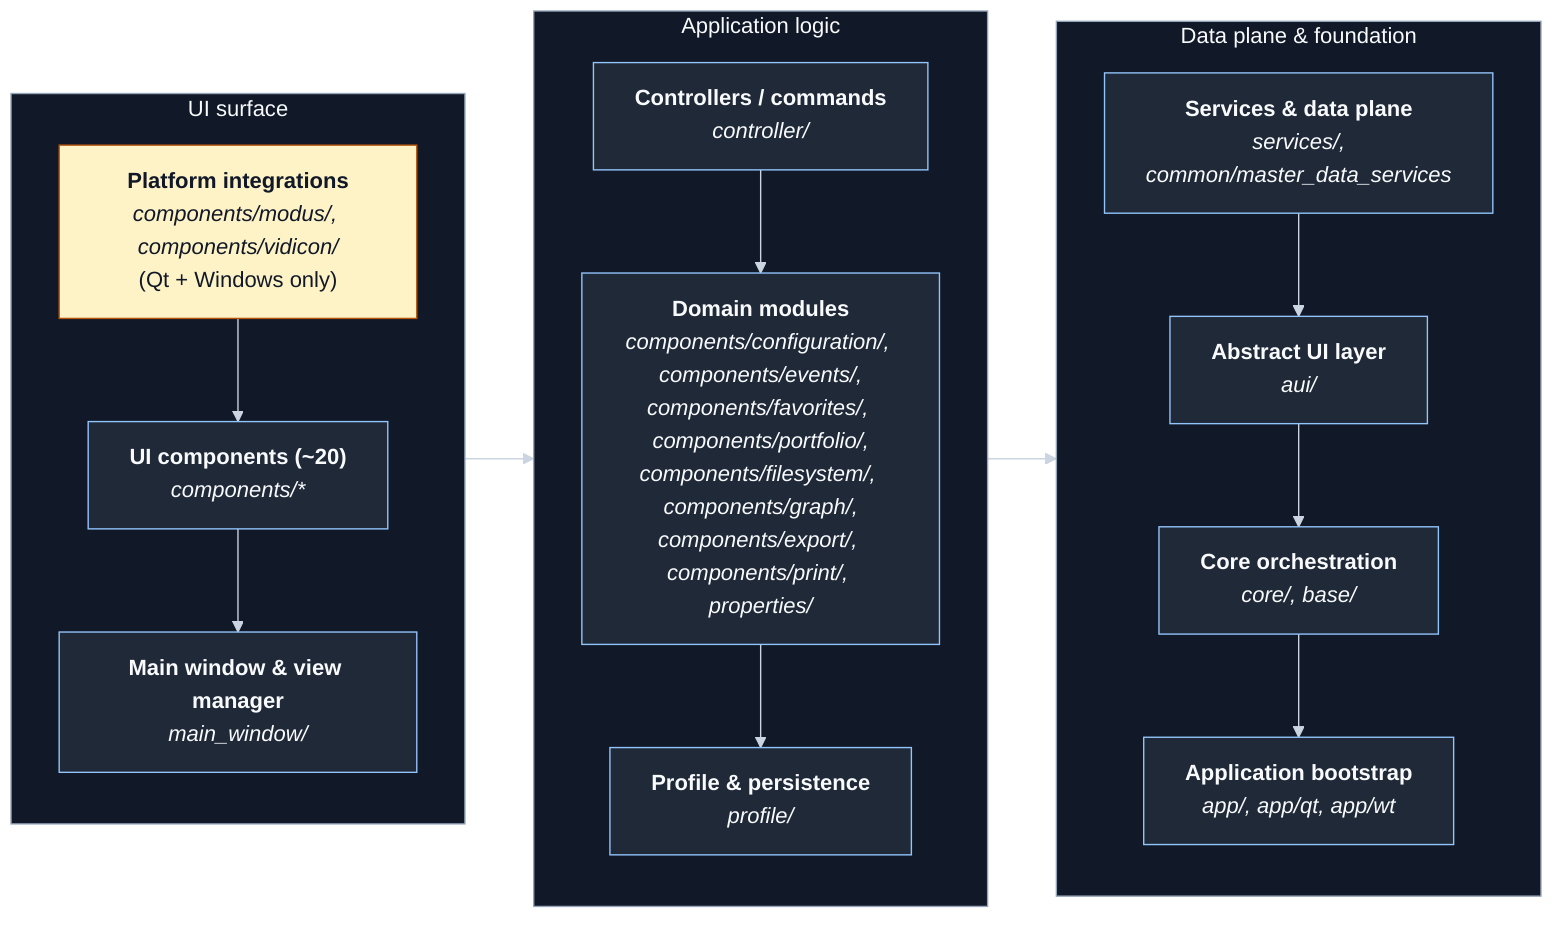
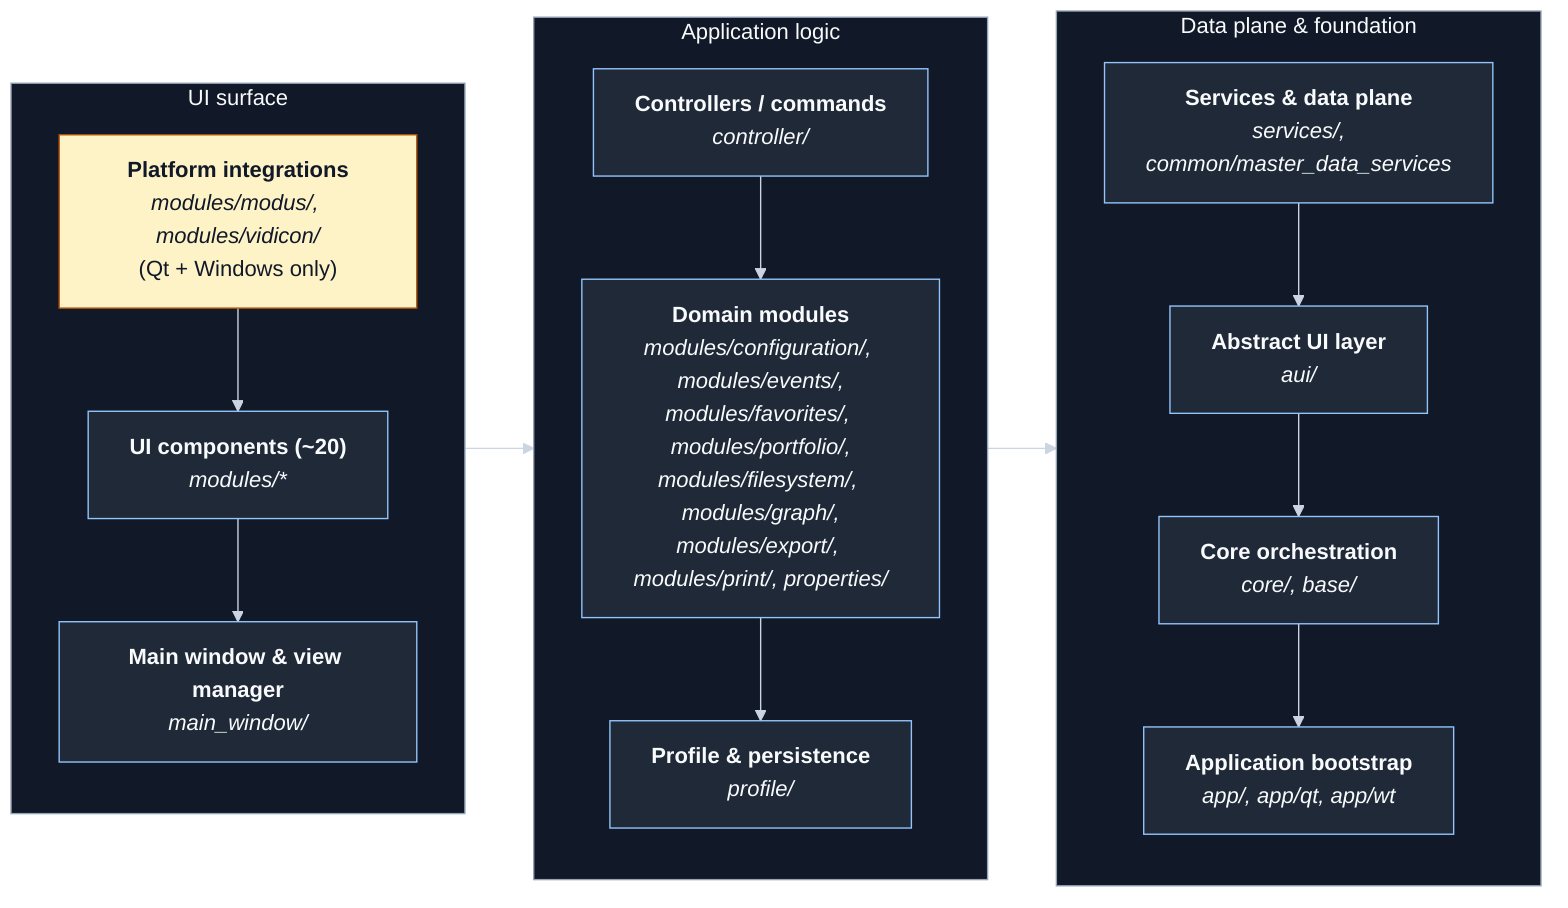
%%{init: {
  'theme': 'base',
  'themeVariables': {
    'background': 'transparent',
    'primaryColor': '#1f2937',
    'primaryBorderColor': '#93c5fd',
    'primaryTextColor': '#f8fafc',
    'secondaryColor': '#1f2937',
    'secondaryBorderColor': '#93c5fd',
    'secondaryTextColor': '#f8fafc',
    'tertiaryColor': '#0f172a',
    'tertiaryBorderColor': '#94a3b8',
    'tertiaryTextColor': '#f8fafc',
    'lineColor': '#cbd5e1',
    'defaultLinkColor': '#cbd5e1',
    'clusterBkg': '#111827',
    'clusterBorder': '#94a3b8',
    'titleColor': '#f8fafc'
  },
  'flowchart': {'htmlLabels': true}
}}%%
flowchart LR
    subgraph Surface["UI surface"]
        direction TB
-         PLAT["<b>Platform integrations</b><br/><i>components/modus/, components/vidicon/</i><br/>(Qt + Windows only)"]
-         UI["<b>UI components (~20)</b><br/><i>components/*</i>"]
+         PLAT["<b>Platform integrations</b><br/><i>modules/modus/, modules/vidicon/</i><br/>(Qt + Windows only)"]
+         UI["<b>UI components (~20)</b><br/><i>modules/*</i>"]
        MW["<b>Main window &amp; view manager</b><br/><i>main_window/</i>"]
        PLAT --> UI --> MW
    end

    subgraph Logic["Application logic"]
        direction TB
        CTRL["<b>Controllers / commands</b><br/><i>controller/</i>"]
-         DOM["<b>Domain modules</b><br/><i>components/configuration/, components/events/,</i><br/><i>components/favorites/, components/portfolio/,</i><br/><i>components/filesystem/, components/graph/,</i><br/><i>components/export/, components/print/, properties/</i>"]
+         DOM["<b>Domain modules</b><br/><i>modules/configuration/, modules/events/,</i><br/><i>modules/favorites/, modules/portfolio/,</i><br/><i>modules/filesystem/, modules/graph/,</i><br/><i>modules/export/, modules/print/, properties/</i>"]
        PROF["<b>Profile &amp; persistence</b><br/><i>profile/</i>"]
        CTRL --> DOM --> PROF
    end

    subgraph Plane["Data plane &amp; foundation"]
        direction TB
        SVC["<b>Services &amp; data plane</b><br/><i>services/,<br/>common/master_data_services</i>"]
        AUI["<b>Abstract UI layer</b><br/><i>aui/</i>"]
        CORE["<b>Core orchestration</b><br/><i>core/, base/</i>"]
        BOOT["<b>Application bootstrap</b><br/><i>app/, app/qt, app/wt</i>"]
        SVC --> AUI --> CORE --> BOOT
    end

    Surface --> Logic --> Plane

    classDef qtonly fill:#fef3c7,stroke:#b45309,color:#111827
    class PLAT qtonly
